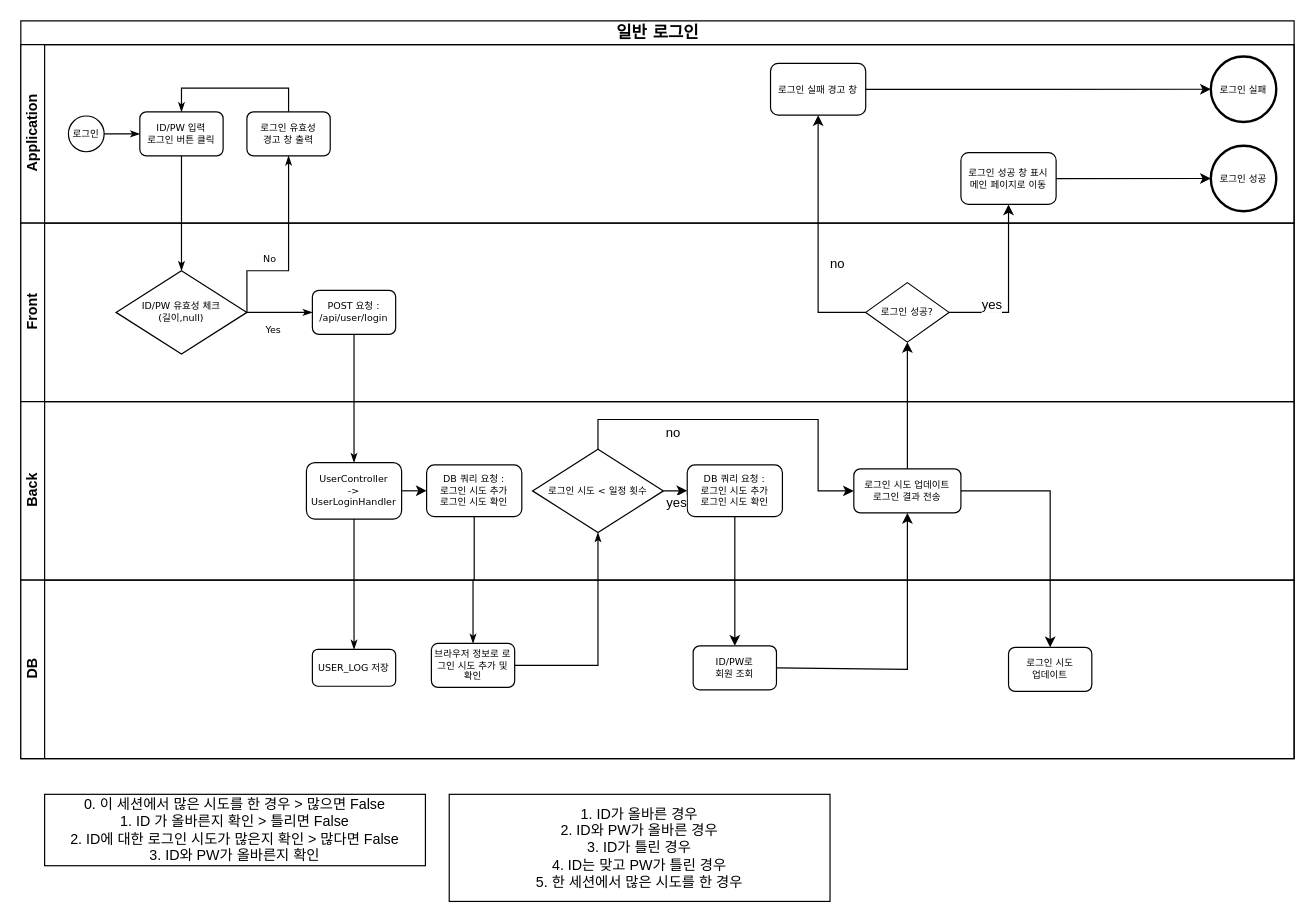
Before: page "일반 로그인" (1 of 7) of flowchart.drawio in dyonyon2/The-10000-Hour-Rule, a draw.io diagram. Source tidied: cells renumbered, new cells numbered last; positions are measured from the earlier drawing's top-left corner, leaving out a move shared by most shapes. Both pictures are drawn from the tidied source at 119%, with x=0, y=0 at pixel (20, 20).
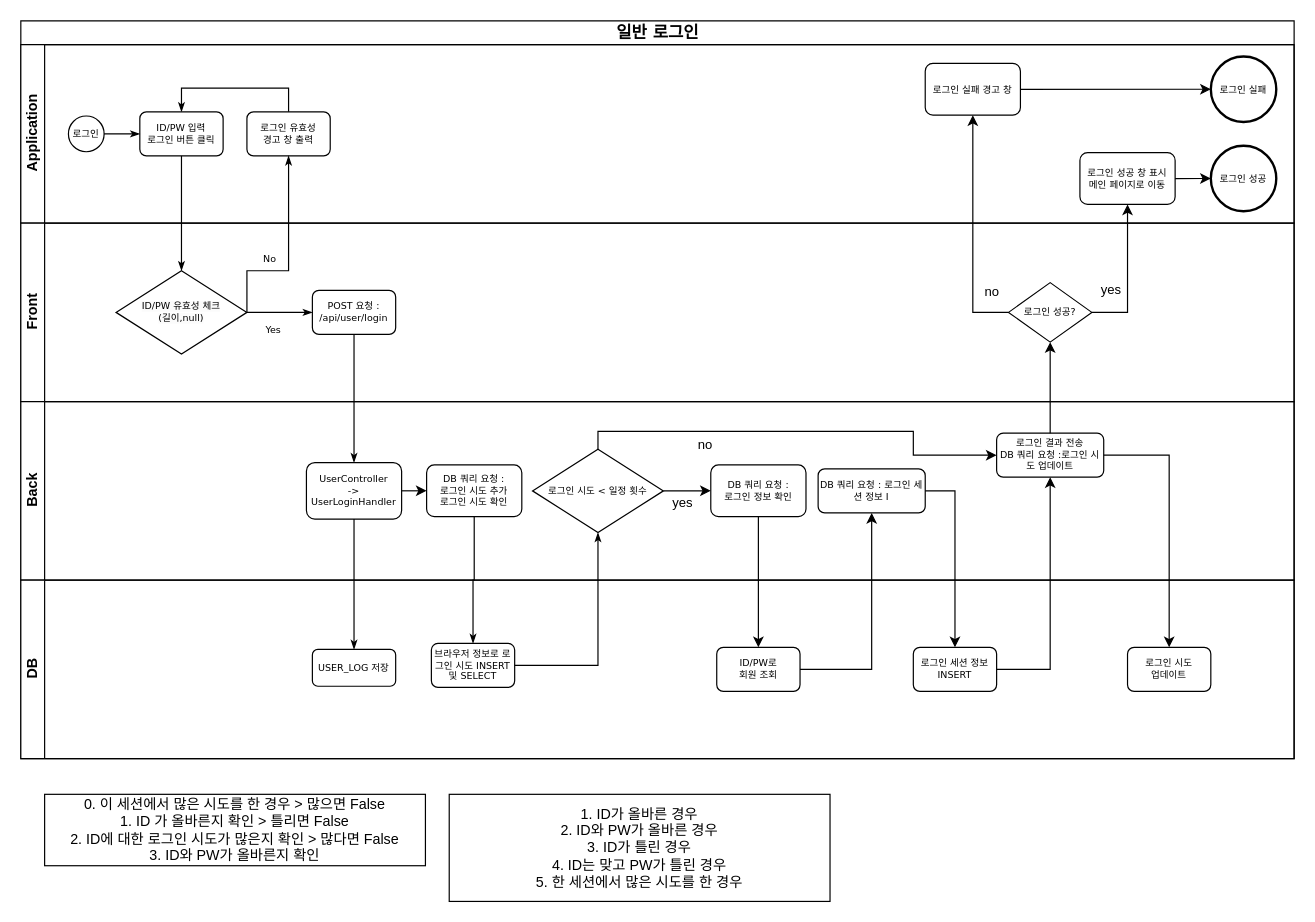
The same page after the edit.

The change refers to these unchanged cells:
```xml
<mxCell id="2" value="일반 로그인" style="swimlane;html=1;horizontal=1;startSize=20;rounded=0;shadow=0;labelBackgroundColor=none;strokeWidth=1;fontFamily=Verdana;fontSize=14;align=center;" parent="1" vertex="1">
  <mxGeometry width="1070" height="620" as="geometry" />
</mxCell>
<mxCell id="3" value="Application" style="swimlane;html=1;startSize=20;horizontal=0;" parent="2" vertex="1">
  <mxGeometry y="20" width="1070" height="150" as="geometry" />
</mxCell>
<mxCell id="11" value="Front" style="swimlane;html=1;startSize=20;horizontal=0;" parent="2" vertex="1">
  <mxGeometry y="170" width="1070" height="150" as="geometry" />
</mxCell>
<mxCell id="18" value="Back" style="swimlane;html=1;startSize=20;horizontal=0;" parent="2" vertex="1">
  <mxGeometry y="320" width="1070" height="150" as="geometry" />
</mxCell>
<mxCell id="24" value="로그인 시도 &amp;lt; 일정 횟수" style="strokeWidth=1;html=1;shape=mxgraph.flowchart.decision;whiteSpace=wrap;rounded=1;shadow=0;labelBackgroundColor=none;fontFamily=Verdana;fontSize=8;align=center;" parent="18" vertex="1">
  <mxGeometry x="430" y="40" width="110" height="70" as="geometry" />
</mxCell>
<mxCell id="39" value="DB" style="swimlane;html=1;startSize=20;horizontal=0;" parent="1" vertex="1">
  <mxGeometry y="470" width="1070" height="150" as="geometry" />
</mxCell>
```

What changed in the source:
```diff
@@
     <mxCell id="7" value="로그인 실패 경고 창" style="rounded=1;whiteSpace=wrap;html=1;shadow=0;labelBackgroundColor=none;strokeWidth=1;fontFamily=Verdana;fontSize=8;align=center;" parent="3" vertex="1">
-      <mxGeometry x="630" y="15.8" width="80" height="43.5" as="geometry" />
+      <mxGeometry x="760" y="15.8" width="80" height="43.5" as="geometry" />
     </mxCell>
     <mxCell id="8" value="로그인 성공 창 표시&lt;br&gt;메인 페이지로 이동" style="rounded=1;whiteSpace=wrap;html=1;shadow=0;labelBackgroundColor=none;strokeWidth=1;fontFamily=Verdana;fontSize=8;align=center;" parent="3" vertex="1">
-      <mxGeometry x="790" y="90.8" width="80" height="43.5" as="geometry" />
+      <mxGeometry x="890" y="90.8" width="80" height="43.5" as="geometry" />
     </mxCell>
@@
     <mxCell id="13" value="로그인 성공?" style="strokeWidth=1;html=1;shape=mxgraph.flowchart.decision;whiteSpace=wrap;rounded=1;shadow=0;labelBackgroundColor=none;fontFamily=Verdana;fontSize=8;align=center;" parent="11" vertex="1">
-      <mxGeometry x="710" y="50" width="70" height="50" as="geometry" />
+      <mxGeometry x="830" y="50" width="70" height="50" as="geometry" />
     </mxCell>
@@
-    <mxCell id="28" style="endArrow=classic;html=1;rounded=0;exitX=0.5;exitY=0;exitDx=0;exitDy=0;exitPerimeter=0;entryX=0;entryY=0.5;entryDx=0;entryDy=0;" parent="18" edge="1" source="24" target="33">
+    <mxCell id="28" style="endArrow=classic;html=1;rounded=0;exitX=0.5;exitY=0;exitDx=0;exitDy=0;exitPerimeter=0;entryX=0;entryY=0.5;entryDx=0;entryDy=0;" parent="18" edge="1" source="24" target="52">
       <mxGeometry relative="1" as="geometry">
         <Array as="points">
-          <mxPoint x="485" y="15" />
-          <mxPoint x="670" y="15" />
-          <mxPoint x="670" y="75" />
+          <mxPoint x="485" y="25" />
+          <mxPoint x="750" y="25" />
+          <mxPoint x="750" y="45" />
+          <mxPoint x="790" y="45" />
         </Array>
       </mxGeometry>
     </mxCell>
@@
-    <mxCell id="30" value="DB 쿼리 요청 : &lt;br&gt;로그인 시도 추가&lt;br&gt;로그인 시도 확인" style="rounded=1;whiteSpace=wrap;html=1;shadow=0;labelBackgroundColor=none;strokeWidth=1;fontFamily=Verdana;fontSize=8;align=center;" parent="18" vertex="1">
-      <mxGeometry x="560" y="53.2" width="80" height="43.5" as="geometry" />
+    <mxCell id="30" value="DB 쿼리 요청 : &lt;br&gt;로그인 정보 확인" style="rounded=1;whiteSpace=wrap;html=1;shadow=0;labelBackgroundColor=none;strokeWidth=1;fontFamily=Verdana;fontSize=8;align=center;" parent="18" vertex="1">
+      <mxGeometry x="579.8" y="53.2" width="80" height="43.5" as="geometry" />
     </mxCell>
@@
-    <mxCell id="33" value="로그인 시도 업데이트&lt;br&gt;로그인 결과 전송" style="rounded=1;whiteSpace=wrap;html=1;shadow=0;labelBackgroundColor=none;strokeWidth=1;fontFamily=Verdana;fontSize=8;align=center;" parent="18" vertex="1">
-      <mxGeometry x="700" y="56.5" width="90" height="37" as="geometry" />
+    <mxCell id="33" value="DB 쿼리 요청 : 로그인 세션 정보 I" style="rounded=1;whiteSpace=wrap;html=1;shadow=0;labelBackgroundColor=none;strokeWidth=1;fontFamily=Verdana;fontSize=8;align=center;" parent="18" vertex="1">
+      <mxGeometry x="670" y="56.5" width="90" height="37" as="geometry" />
     </mxCell>
-    <mxCell id="34" style="endArrow=classic;html=1;rounded=0;exitX=0.5;exitY=0;exitDx=0;exitDy=0;entryX=0.5;entryY=1;entryDx=0;entryDy=0;entryPerimeter=0;" parent="2" edge="1" source="33" target="13">
-      <mxGeometry relative="1" as="geometry" />
-    </mxCell>
+    <mxCell id="52" value="로그인 결과 전송&lt;br&gt;DB 쿼리 요청 :로그인 시도 업데이트" style="rounded=1;whiteSpace=wrap;html=1;shadow=0;labelBackgroundColor=none;strokeWidth=1;fontFamily=Verdana;fontSize=8;align=center;" parent="18" vertex="1">
+      <mxGeometry x="820" y="26.5" width="90" height="37" as="geometry" />
+    </mxCell>
     <mxCell id="35" style="endArrow=classic;html=1;rounded=0;exitX=1;exitY=0.5;exitDx=0;exitDy=0;exitPerimeter=0;entryX=0.5;entryY=1;entryDx=0;entryDy=0;" parent="2" edge="1" source="13" target="8">
       <mxGeometry relative="1" as="geometry">
         <Array as="points">
-          <mxPoint x="830" y="245" />
+          <mxPoint x="930" y="245" />
         </Array>
       </mxGeometry>
     </mxCell>
@@
     <mxCell id="37" style="endArrow=classic;html=1;rounded=0;exitX=0;exitY=0.5;exitDx=0;exitDy=0;exitPerimeter=0;entryX=0.5;entryY=1;entryDx=0;entryDy=0;" parent="2" edge="1" source="13" target="7">
       <mxGeometry relative="1" as="geometry">
         <Array as="points">
-          <mxPoint x="670" y="245" />
+          <mxPoint x="800" y="245" />
         </Array>
       </mxGeometry>
     </mxCell>
     <mxCell id="38" value="no" style="edgeLabel;html=1;align=center;verticalAlign=middle;" parent="37" vertex="1">
       <mxGeometry x="-0.19" y="-1" relative="1" as="geometry">
-        <mxPoint x="14" y="1" as="offset" />
+        <mxPoint x="14" y="31" as="offset" />
       </mxGeometry>
     </mxCell>
+    <mxCell id="53" style="endArrow=classic;html=1;rounded=0;entryX=0.5;entryY=1;entryDx=0;entryDy=0;entryPerimeter=0;exitX=0.5;exitY=0;exitDx=0;exitDy=0;" parent="2" edge="1" source="52" target="13">
+      <mxGeometry relative="1" as="geometry" />
+    </mxCell>
@@
-    <mxCell id="41" value="브라우저 정보로 로그인 시도 추가 및 확인" style="rounded=1;whiteSpace=wrap;html=1;shadow=0;labelBackgroundColor=none;strokeWidth=1;fontFamily=Verdana;fontSize=8;align=center;" parent="39" vertex="1">
+    <mxCell id="41" value="브라우저 정보로 로그인 시도 INSERT 및 SELECT" style="rounded=1;whiteSpace=wrap;html=1;shadow=0;labelBackgroundColor=none;strokeWidth=1;fontFamily=Verdana;fontSize=8;align=center;" parent="39" vertex="1">
       <mxGeometry x="345" y="53.2" width="70" height="37" as="geometry" />
     </mxCell>
     <mxCell id="42" value="ID/PW로 &lt;br&gt;회원 조회" style="rounded=1;whiteSpace=wrap;html=1;shadow=0;labelBackgroundColor=none;strokeWidth=1;fontFamily=Verdana;fontSize=8;align=center;" parent="39" vertex="1">
-      <mxGeometry x="565" y="55.2" width="70" height="37" as="geometry" />
+      <mxGeometry x="584.8" y="56.5" width="70" height="37" as="geometry" />
     </mxCell>
-    <mxCell id="43" value="로그인 시도&lt;br&gt;업데이트" style="rounded=1;whiteSpace=wrap;html=1;shadow=0;labelBackgroundColor=none;strokeWidth=1;fontFamily=Verdana;fontSize=8;align=center;" parent="39" vertex="1">
-      <mxGeometry x="830" y="56.5" width="70" height="37" as="geometry" />
+    <mxCell id="43" value="로그인 세션 정보&lt;br style=&quot;border-color: var(--border-color);&quot;&gt;INSERT" style="rounded=1;whiteSpace=wrap;html=1;shadow=0;labelBackgroundColor=none;strokeWidth=1;fontFamily=Verdana;fontSize=8;align=center;" parent="39" vertex="1">
+      <mxGeometry x="750" y="56.5" width="70" height="37" as="geometry" />
     </mxCell>
+    <mxCell id="54" value="로그인 시도&lt;br style=&quot;border-color: var(--border-color);&quot;&gt;업데이트" style="rounded=1;whiteSpace=wrap;html=1;shadow=0;labelBackgroundColor=none;strokeWidth=1;fontFamily=Verdana;fontSize=8;align=center;" parent="39" vertex="1">
+      <mxGeometry x="930" y="56.5" width="70" height="37" as="geometry" />
+    </mxCell>
@@
     <mxCell id="50" style="endArrow=classic;html=1;rounded=0;exitX=1;exitY=0.5;exitDx=0;exitDy=0;entryX=0.5;entryY=1;entryDx=0;entryDy=0;" parent="1" edge="1" source="42" target="33">
       <mxGeometry relative="1" as="geometry">
         <Array as="points">
-          <mxPoint x="745" y="545" />
+          <mxPoint x="715" y="545" />
         </Array>
       </mxGeometry>
     </mxCell>
     <mxCell id="51" style="endArrow=classic;html=1;rounded=0;exitX=1;exitY=0.5;exitDx=0;exitDy=0;entryX=0.5;entryY=0;entryDx=0;entryDy=0;" parent="1" edge="1" source="33" target="43">
       <mxGeometry relative="1" as="geometry">
         <Array as="points">
-          <mxPoint x="865" y="395" />
+          <mxPoint x="785" y="395" />
         </Array>
       </mxGeometry>
     </mxCell>
+    <mxCell id="55" style="endArrow=classic;html=1;rounded=0;entryX=0.5;entryY=0;entryDx=0;entryDy=0;exitX=1;exitY=0.5;exitDx=0;exitDy=0;" parent="1" edge="1" source="52" target="54">
+      <mxGeometry relative="1" as="geometry">
+        <Array as="points">
+          <mxPoint x="965" y="365" />
+        </Array>
+      </mxGeometry>
+    </mxCell>
+    <mxCell id="56" style="endArrow=classic;html=1;rounded=0;exitX=1;exitY=0.5;exitDx=0;exitDy=0;entryX=0.5;entryY=1;entryDx=0;entryDy=0;" parent="1" edge="1" source="43" target="52">
+      <mxGeometry relative="1" as="geometry">
+        <Array as="points">
+          <mxPoint x="865" y="545" />
+        </Array>
+      </mxGeometry>
+    </mxCell>
```
